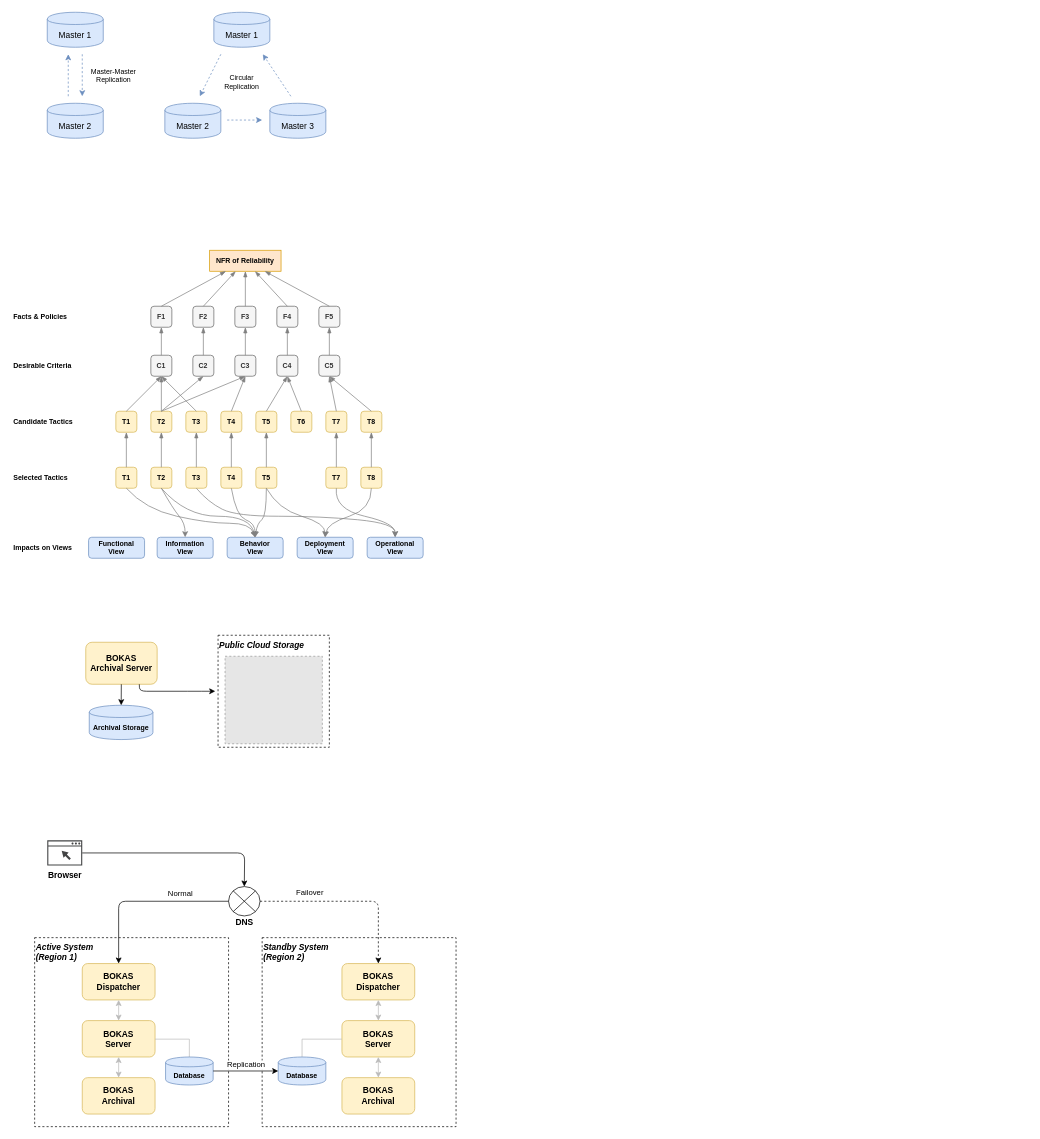
This is page "NFR1" (11 of 11) of BOKAS.drawio from sungtaek/docs, a draw.io file, before an edit. Source tidied: cells renumbered, new cells numbered last; positions are measured from the earlier drawing's top-left corner, leaving out a move shared by most shapes. Both pictures are drawn from the tidied source at 70%, with x=0, y=0 at pixel (12, 12). Pictures stored in the file or linked from it are replaced by grey dashed boxes.
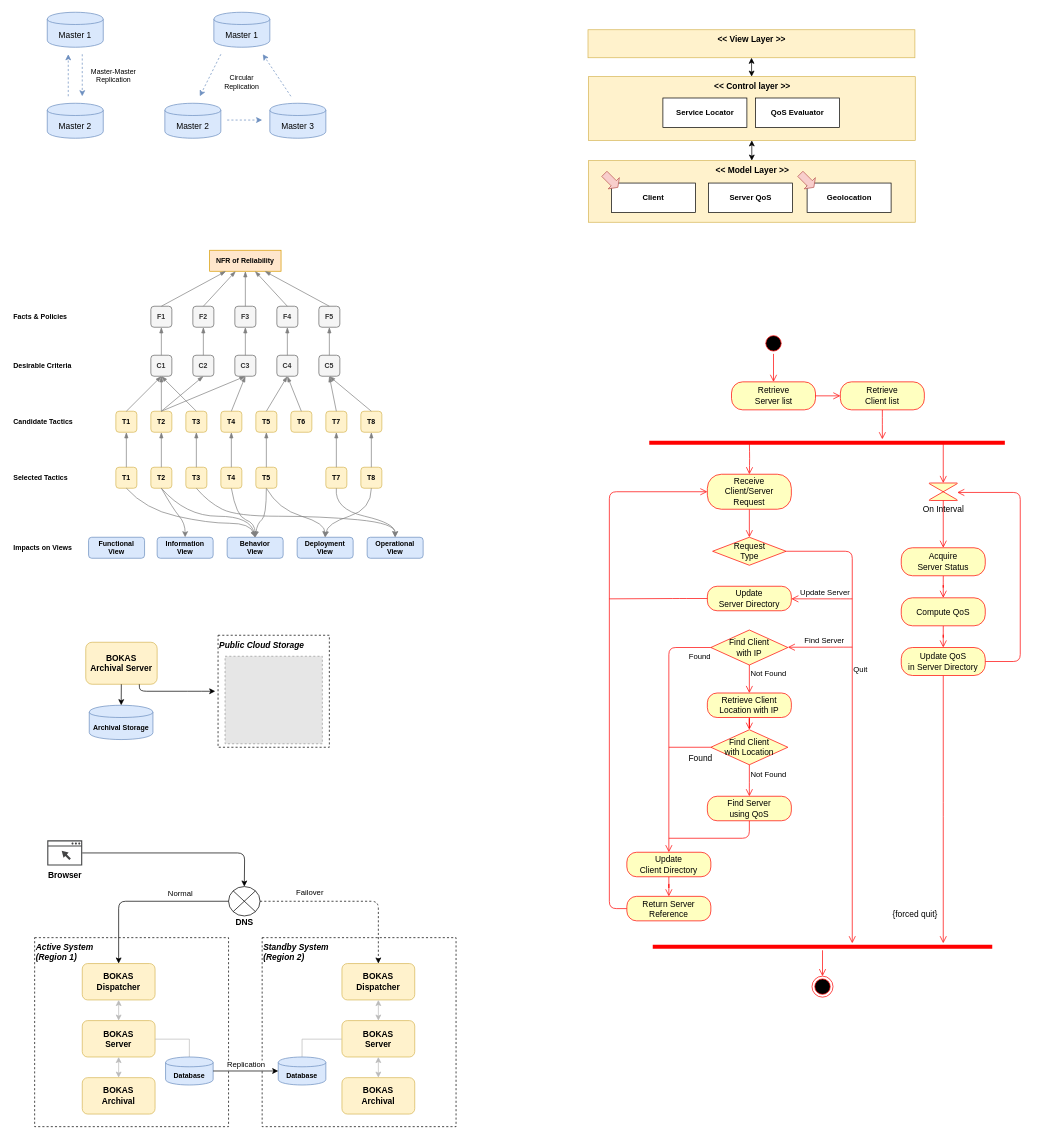
The same page after the edit.

Diff of the diagram source:
```diff
@@
+    <mxCell id="115" value="&amp;lt;&amp;lt; View Layer &amp;gt;&amp;gt;" style="html=1;fillColor=#fff2cc;strokeColor=#d6b656;fontStyle=1;verticalAlign=top;" parent="1" vertex="1">
+      <mxGeometry x="822.5" y="25" width="467" height="40" as="geometry" />
+    </mxCell>
+    <mxCell id="116" value="&amp;lt;&amp;lt; Control layer &amp;gt;&amp;gt;" style="html=1;fillColor=#fff2cc;strokeColor=#d6b656;fontStyle=1;verticalAlign=top;" parent="1" vertex="1">
+      <mxGeometry x="823" y="92" width="467" height="91" as="geometry" />
+    </mxCell>
+    <mxCell id="117" value="&amp;lt;&amp;lt; Model Layer &amp;gt;&amp;gt;" style="html=1;fillColor=#fff2cc;strokeColor=#d6b656;fontStyle=1;verticalAlign=top;" parent="1" vertex="1">
+      <mxGeometry x="823" y="212" width="467" height="88" as="geometry" />
+    </mxCell>
+    <mxCell id="118" style="endArrow=classic;startArrow=classic;html=1;strokeWidth=1;" parent="1" edge="1" source="116" target="115">
+      <mxGeometry relative="1" as="geometry" />
+    </mxCell>
+    <mxCell id="119" style="endArrow=classic;startArrow=classic;html=1;strokeWidth=1;" parent="1" edge="1" source="117" target="116">
+      <mxGeometry relative="1" as="geometry" />
+    </mxCell>
+    <mxCell id="120" value="Server QoS" style="rounded=0;whiteSpace=wrap;html=1;strokeColor=#000000;strokeWidth=1;fillColor=#ffffff;fontColor=#000000;fontStyle=1;fontSize=11;" parent="1" vertex="1">
+      <mxGeometry x="994.5" y="244" width="120" height="42" as="geometry" />
+    </mxCell>
+    <mxCell id="121" value="QoS Evaluator" style="rounded=0;whiteSpace=wrap;html=1;strokeColor=#000000;strokeWidth=1;fillColor=#ffffff;fontColor=#000000;fontStyle=1;fontSize=11;" parent="1" vertex="1">
+      <mxGeometry x="1062" y="122.5" width="120" height="42" as="geometry" />
+    </mxCell>
+    <mxCell id="122" value="Service Locator" style="rounded=0;whiteSpace=wrap;html=1;strokeColor=#000000;strokeWidth=1;fillColor=#ffffff;fontColor=#000000;fontStyle=1;fontSize=11;" parent="1" vertex="1">
+      <mxGeometry x="929.5" y="122.5" width="120" height="42" as="geometry" />
+    </mxCell>
+    <mxCell id="123" value="Client" style="rounded=0;whiteSpace=wrap;html=1;strokeColor=#000000;strokeWidth=1;fillColor=#ffffff;fontColor=#000000;fontStyle=1;fontSize=11;" parent="1" vertex="1">
+      <mxGeometry x="856" y="244" width="120" height="42" as="geometry" />
+    </mxCell>
+    <mxCell id="124" value="Geolocation" style="rounded=0;whiteSpace=wrap;html=1;strokeColor=#000000;strokeWidth=1;fillColor=#ffffff;fontColor=#000000;fontStyle=1;fontSize=11;" parent="1" vertex="1">
+      <mxGeometry x="1135.5" y="244" width="120" height="42" as="geometry" />
+    </mxCell>
+    <mxCell id="125" style="shape=flexArrow;endArrow=classic;html=1;width=10.476190476190476;endSize=2.419047619047619;endWidth=11.201814058956916;strokeColor=#b85450;fillColor=#f8cecc;" parent="1" edge="1">
+      <mxGeometry relative="1" as="geometry">
+        <mxPoint x="845.5" y="230.5" as="sourcePoint" />
+        <mxPoint x="865.5" y="250.5" as="targetPoint" />
+      </mxGeometry>
+    </mxCell>
+    <mxCell id="126" style="shape=flexArrow;endArrow=classic;html=1;width=10.476190476190476;endSize=2.419047619047619;endWidth=11.201814058956916;strokeColor=#b85450;fillColor=#f8cecc;" parent="1" edge="1">
+      <mxGeometry relative="1" as="geometry">
+        <mxPoint x="1125.5" y="230.5" as="sourcePoint" />
+        <mxPoint x="1145.5" y="250.5" as="targetPoint" />
+      </mxGeometry>
+    </mxCell>
+    <mxCell id="127" style="ellipse;html=1;shape=startState;fillColor=#000000;strokeColor=#ff0000;align=left;" parent="1" vertex="1">
+      <mxGeometry x="1072.5" y="458" width="30" height="30" as="geometry" />
+    </mxCell>
+    <mxCell id="128" style="edgeStyle=orthogonalEdgeStyle;html=1;verticalAlign=bottom;endArrow=open;endSize=8;strokeColor=#ff0000;" parent="1" edge="1" source="127" target="129">
+      <mxGeometry relative="1" as="geometry" />
+    </mxCell>
+    <mxCell id="129" value="Retrieve&lt;br&gt;Server list" style="rounded=1;whiteSpace=wrap;html=1;arcSize=40;fontColor=#000000;fillColor=#ffffc0;strokeColor=#ff0000;align=center;" parent="1" vertex="1">
+      <mxGeometry x="1027.5" y="528" width="120" height="40" as="geometry" />
+    </mxCell>
+    <mxCell id="130" style="edgeStyle=orthogonalEdgeStyle;html=1;verticalAlign=bottom;endArrow=open;endSize=8;strokeColor=#ff0000;" parent="1" edge="1" source="129" target="132">
+      <mxGeometry relative="1" as="geometry" />
+    </mxCell>
+    <mxCell id="131" style="edgeStyle=orthogonalEdgeStyle;rounded=1;jettySize=auto;html=1;endArrow=open;strokeColor=#ff0000;verticalAlign=bottom;endSize=8;" parent="1" edge="1" source="132">
+      <mxGeometry relative="1" as="geometry">
+        <mxPoint x="1243" y="610" as="targetPoint" />
+      </mxGeometry>
+    </mxCell>
+    <mxCell id="132" value="Retrieve&lt;br&gt;Client list" style="rounded=1;whiteSpace=wrap;html=1;arcSize=40;fontColor=#000000;fillColor=#ffffc0;strokeColor=#ff0000;align=center;" parent="1" vertex="1">
+      <mxGeometry x="1183" y="528" width="120" height="40" as="geometry" />
+    </mxCell>
+    <mxCell id="133" style="shape=line;html=1;strokeWidth=6;strokeColor=#ff0000;fillColor=none;align=center;" parent="1" vertex="1">
+      <mxGeometry x="910" y="610" width="508" height="10" as="geometry" />
+    </mxCell>
+    <mxCell id="134" style="edgeStyle=orthogonalEdgeStyle;html=1;verticalAlign=bottom;endArrow=open;endSize=8;strokeColor=#ff0000;" parent="1" edge="1" target="136">
+      <mxGeometry relative="1" as="geometry">
+        <mxPoint x="1053" y="614" as="sourcePoint" />
+      </mxGeometry>
+    </mxCell>
+    <mxCell id="135" style="edgeStyle=orthogonalEdgeStyle;rounded=1;jettySize=auto;html=1;endArrow=open;strokeColor=#ff0000;verticalAlign=bottom;endSize=8;" parent="1" edge="1" source="136" target="137">
+      <mxGeometry relative="1" as="geometry" />
+    </mxCell>
+    <mxCell id="136" value="Receive&lt;br&gt;Client/Server&lt;br&gt;Request" style="rounded=1;whiteSpace=wrap;html=1;arcSize=40;fontColor=#000000;fillColor=#ffffc0;strokeColor=#ff0000;align=center;" parent="1" vertex="1">
+      <mxGeometry x="993" y="660" width="120" height="50" as="geometry" />
+    </mxCell>
+    <mxCell id="137" value="Request&lt;br&gt;Type" style="rhombus;whiteSpace=wrap;html=1;fillColor=#ffffc0;strokeColor=#ff0000;align=center;" parent="1" vertex="1">
+      <mxGeometry x="1000.5" y="750" width="105" height="40" as="geometry" />
+    </mxCell>
+    <mxCell id="138" value="Quit" style="edgeStyle=orthogonalEdgeStyle;html=1;align=left;verticalAlign=bottom;endArrow=open;endSize=8;strokeColor=#ff0000;" parent="1" edge="1" source="137" target="159">
+      <mxGeometry x="-0.17" relative="1" as="geometry">
+        <Array as="points">
+          <mxPoint x="1200" y="770" />
+        </Array>
+      </mxGeometry>
+    </mxCell>
+    <mxCell id="139" value="Update&lt;br&gt;Server Directory" style="rounded=1;whiteSpace=wrap;html=1;arcSize=40;fontColor=#000000;fillColor=#ffffc0;strokeColor=#ff0000;align=center;" parent="1" vertex="1">
+      <mxGeometry x="993" y="820" width="120" height="35" as="geometry" />
+    </mxCell>
+    <mxCell id="140" style="edgeStyle=orthogonalEdgeStyle;rounded=1;jettySize=auto;html=1;endArrow=open;strokeColor=#ff0000;align=left;verticalAlign=bottom;endSize=8;" parent="1" edge="1" source="141" target="136">
+      <mxGeometry relative="1" as="geometry">
+        <Array as="points">
+          <mxPoint x="853" y="1280" />
+          <mxPoint x="853" y="685" />
+        </Array>
+      </mxGeometry>
+    </mxCell>
+    <mxCell id="141" value="Return Server Reference" style="rounded=1;whiteSpace=wrap;html=1;arcSize=40;fontColor=#000000;fillColor=#ffffc0;strokeColor=#ff0000;align=center;" parent="1" vertex="1">
+      <mxGeometry x="878" y="1263" width="120" height="35" as="geometry" />
+    </mxCell>
+    <mxCell id="142" value="Not Found" style="edgeStyle=orthogonalEdgeStyle;rounded=1;jettySize=auto;html=1;endArrow=open;strokeColor=#ff0000;align=left;verticalAlign=bottom;endSize=8;" parent="1" edge="1" source="144" target="146">
+      <mxGeometry relative="1" as="geometry" />
+    </mxCell>
+    <mxCell id="143" value="Found" style="edgeStyle=orthogonalEdgeStyle;rounded=1;jettySize=auto;html=1;endArrow=open;strokeColor=#ff0000;align=left;verticalAlign=bottom;endSize=8;" parent="1" edge="1" source="144" target="152">
+      <mxGeometry x="-0.81" y="22" relative="1" as="geometry">
+        <Array as="points">
+          <mxPoint x="938" y="908" />
+        </Array>
+      </mxGeometry>
+    </mxCell>
+    <mxCell id="144" value="Find Client&lt;br&gt;with IP" style="rhombus;whiteSpace=wrap;html=1;fillColor=#ffffc0;strokeColor=#ff0000;align=center;" parent="1" vertex="1">
+      <mxGeometry x="998" y="882.5" width="110" height="50" as="geometry" />
+    </mxCell>
+    <mxCell id="145" style="edgeStyle=orthogonalEdgeStyle;rounded=1;jettySize=auto;html=1;endArrow=open;strokeColor=#ff0000;align=left;verticalAlign=bottom;endSize=8;" parent="1" edge="1" source="146" target="150">
+      <mxGeometry relative="1" as="geometry" />
+    </mxCell>
+    <mxCell id="146" value="Retrieve Client Location with IP" style="rounded=1;whiteSpace=wrap;html=1;arcSize=40;fontColor=#000000;fillColor=#ffffc0;strokeColor=#ff0000;align=center;" parent="1" vertex="1">
+      <mxGeometry x="993" y="972.5" width="120" height="35" as="geometry" />
+    </mxCell>
+    <mxCell id="147" style="edgeStyle=orthogonalEdgeStyle;rounded=1;jettySize=auto;html=1;endArrow=none;strokeColor=#ff0000;align=left;verticalAlign=bottom;endSize=8;endFill=0;" parent="1" edge="1" source="153">
+      <mxGeometry relative="1" as="geometry">
+        <mxPoint x="938" y="1180" as="targetPoint" />
+        <Array as="points">
+          <mxPoint x="1053" y="1180" />
+          <mxPoint x="938" y="1180" />
+        </Array>
+      </mxGeometry>
+    </mxCell>
+    <mxCell id="148" style="edgeStyle=orthogonalEdgeStyle;rounded=1;jettySize=auto;html=1;endArrow=none;strokeColor=#ff0000;align=left;verticalAlign=bottom;endSize=8;endFill=0;" parent="1" edge="1" source="150">
+      <mxGeometry relative="1" as="geometry">
+        <mxPoint x="938" y="1050" as="targetPoint" />
+        <Array as="points">
+          <mxPoint x="938" y="1050" />
+        </Array>
+      </mxGeometry>
+    </mxCell>
+    <mxCell id="149" value="Found" style="text;html=1;align=center;verticalAlign=middle;labelBackgroundColor=#ffffff;" parent="148" vertex="1">
+      <mxGeometry x="-0.84" y="-3" relative="1" as="geometry">
+        <mxPoint x="-11" y="18.5" as="offset" />
+      </mxGeometry>
+    </mxCell>
+    <mxCell id="150" value="Find Client&lt;br&gt;with Location" style="rhombus;whiteSpace=wrap;html=1;fillColor=#ffffc0;strokeColor=#ff0000;align=center;" parent="1" vertex="1">
+      <mxGeometry x="998" y="1025" width="110" height="50" as="geometry" />
+    </mxCell>
+    <mxCell id="151" style="edgeStyle=orthogonalEdgeStyle;rounded=1;jettySize=auto;html=1;endArrow=open;strokeColor=#ff0000;align=left;verticalAlign=bottom;endSize=8;" parent="1" edge="1" source="152" target="141">
+      <mxGeometry relative="1" as="geometry" />
+    </mxCell>
+    <mxCell id="152" value="Update&lt;br&gt;Client Directory" style="rounded=1;whiteSpace=wrap;html=1;arcSize=40;fontColor=#000000;fillColor=#ffffc0;strokeColor=#ff0000;align=center;" parent="1" vertex="1">
+      <mxGeometry x="878" y="1200" width="120" height="35" as="geometry" />
+    </mxCell>
+    <mxCell id="153" value="Find Server&lt;br&gt;using QoS" style="rounded=1;whiteSpace=wrap;html=1;arcSize=40;fontColor=#000000;fillColor=#ffffc0;strokeColor=#ff0000;align=center;" parent="1" vertex="1">
+      <mxGeometry x="993" y="1120" width="120" height="35" as="geometry" />
+    </mxCell>
+    <mxCell id="154" value="Not Found" style="edgeStyle=orthogonalEdgeStyle;rounded=1;jettySize=auto;html=1;endArrow=open;strokeColor=#ff0000;align=left;verticalAlign=bottom;endSize=8;" parent="1" edge="1" source="150" target="153">
+      <mxGeometry relative="1" as="geometry">
+        <Array as="points">
+          <mxPoint x="1053" y="1110" />
+          <mxPoint x="1053" y="1110" />
+        </Array>
+      </mxGeometry>
+    </mxCell>
+    <mxCell id="155" value="Update Server" style="edgeStyle=orthogonalEdgeStyle;html=1;align=left;verticalAlign=bottom;endArrow=open;endSize=8;strokeColor=#ff0000;" parent="1" edge="1" target="139">
+      <mxGeometry x="0.75" relative="1" as="geometry">
+        <mxPoint x="1200" y="838" as="sourcePoint" />
+        <Array as="points">
+          <mxPoint x="1193" y="838" />
+        </Array>
+      </mxGeometry>
+    </mxCell>
+    <mxCell id="156" style="edgeStyle=orthogonalEdgeStyle;rounded=1;jettySize=auto;html=1;endArrow=none;strokeColor=#ff0000;align=left;verticalAlign=bottom;endSize=8;endFill=0;" parent="1" edge="1" source="139">
+      <mxGeometry relative="1" as="geometry">
+        <mxPoint x="853" y="838" as="targetPoint" />
+        <Array as="points">
+          <mxPoint x="953" y="838" />
+          <mxPoint x="953" y="838" />
+        </Array>
+      </mxGeometry>
+    </mxCell>
+    <mxCell id="157" style="edgeStyle=orthogonalEdgeStyle;rounded=1;jettySize=auto;html=1;endArrow=open;strokeColor=#ff0000;verticalAlign=bottom;endSize=8;" parent="1" edge="1" source="158" target="163">
+      <mxGeometry relative="1" as="geometry" />
+    </mxCell>
+    <mxCell id="158" value="On Interval" style="verticalLabelPosition=bottom;verticalAlign=middle;html=1;shape=mxgraph.flowchart.collate;fillColor=#ffffc0;align=center;rounded=1;strokeColor=#ff0000;arcSize=40;" parent="1" vertex="1">
+      <mxGeometry x="1310" y="672.5" width="40" height="25" as="geometry" />
+    </mxCell>
+    <mxCell id="159" style="shape=line;html=1;strokeWidth=6;strokeColor=#ff0000;fillColor=none;align=center;" parent="1" vertex="1">
+      <mxGeometry x="915" y="1330" width="485" height="10" as="geometry" />
+    </mxCell>
+    <mxCell id="160" style="edgeStyle=orthogonalEdgeStyle;html=1;verticalAlign=bottom;endArrow=open;endSize=8;strokeColor=#ff0000;" parent="1" edge="1" source="159" target="170">
+      <mxGeometry relative="1" as="geometry" />
+    </mxCell>
+    <mxCell id="161" style="edgeStyle=orthogonalEdgeStyle;html=1;verticalAlign=bottom;endArrow=open;endSize=8;strokeColor=#ff0000;entryX=0.5;entryY=0;entryDx=0;entryDy=0;entryPerimeter=0;" parent="1" edge="1" target="158">
+      <mxGeometry relative="1" as="geometry">
+        <mxPoint x="1330" y="617" as="sourcePoint" />
+        <Array as="points">
+          <mxPoint x="1330" y="617" />
+        </Array>
+      </mxGeometry>
+    </mxCell>
+    <mxCell id="162" style="edgeStyle=orthogonalEdgeStyle;rounded=1;jettySize=auto;html=1;endArrow=open;strokeColor=#ff0000;verticalAlign=bottom;endSize=8;" parent="1" edge="1" source="163" target="165">
+      <mxGeometry relative="1" as="geometry" />
+    </mxCell>
+    <mxCell id="163" value="Acquire&lt;br&gt;Server Status" style="rounded=1;whiteSpace=wrap;html=1;arcSize=40;fontColor=#000000;fillColor=#ffffc0;strokeColor=#ff0000;align=center;" parent="1" vertex="1">
+      <mxGeometry x="1270" y="765" width="120" height="40" as="geometry" />
+    </mxCell>
+    <mxCell id="164" style="edgeStyle=orthogonalEdgeStyle;rounded=1;jettySize=auto;html=1;endArrow=open;strokeColor=#ff0000;verticalAlign=bottom;endSize=8;" parent="1" edge="1" source="165" target="168">
+      <mxGeometry relative="1" as="geometry" />
+    </mxCell>
+    <mxCell id="165" value="Compute QoS" style="rounded=1;whiteSpace=wrap;html=1;arcSize=40;fontColor=#000000;fillColor=#ffffc0;strokeColor=#ff0000;align=center;" parent="1" vertex="1">
+      <mxGeometry x="1270" y="836.5" width="120" height="40" as="geometry" />
+    </mxCell>
+    <mxCell id="166" style="edgeStyle=orthogonalEdgeStyle;rounded=1;jettySize=auto;html=1;endArrow=open;strokeColor=#ff0000;verticalAlign=bottom;endSize=8;" parent="1" edge="1" source="168">
+      <mxGeometry relative="1" as="geometry">
+        <mxPoint x="1350" y="686" as="targetPoint" />
+        <Array as="points">
+          <mxPoint x="1440" y="928" />
+          <mxPoint x="1440" y="686" />
+        </Array>
+      </mxGeometry>
+    </mxCell>
+    <mxCell id="167" style="edgeStyle=orthogonalEdgeStyle;rounded=1;jettySize=auto;html=1;endArrow=open;strokeColor=#ff0000;verticalAlign=bottom;endSize=8;" parent="1" edge="1" source="168">
+      <mxGeometry relative="1" as="geometry">
+        <mxPoint x="1330" y="1330" as="targetPoint" />
+      </mxGeometry>
+    </mxCell>
+    <mxCell id="168" value="Update QoS&lt;br&gt;in Server Directory" style="rounded=1;whiteSpace=wrap;html=1;arcSize=40;fontColor=#000000;fillColor=#ffffc0;strokeColor=#ff0000;align=center;" parent="1" vertex="1">
+      <mxGeometry x="1270" y="907.5" width="120" height="40" as="geometry" />
+    </mxCell>
+    <mxCell id="169" value="Find Server" style="edgeStyle=orthogonalEdgeStyle;html=1;align=left;verticalAlign=bottom;endArrow=open;endSize=8;strokeColor=#ff0000;" parent="1" edge="1">
+      <mxGeometry x="0.52" relative="1" as="geometry">
+        <mxPoint x="1200" y="907" as="sourcePoint" />
+        <mxPoint x="1108" y="907.1" as="targetPoint" />
+        <Array as="points">
+          <mxPoint x="1188" y="907" />
+        </Array>
+      </mxGeometry>
+    </mxCell>
+    <mxCell id="170" style="ellipse;html=1;shape=endState;fillColor=#000000;strokeColor=#ff0000;align=center;" parent="1" vertex="1">
+      <mxGeometry x="1142.5" y="1377" width="30" height="30" as="geometry" />
+    </mxCell>
+    <mxCell id="171" value="{forced quit}" style="text;align=center;fontStyle=0;verticalAlign=middle;spacingLeft=3;spacingRight=3;strokeColor=none;fillColor=none;" parent="1" vertex="1">
+      <mxGeometry x="1250" y="1275" width="80" height="26" as="geometry" />
+    </mxCell>
```
